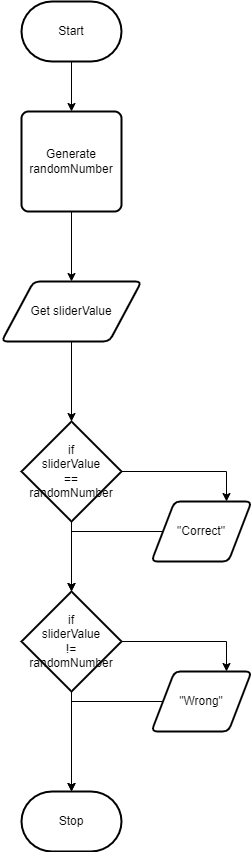
Before: flowchart.png, a diagram exported from draw.io (Mr-Coxall/ICS2O-Unit5-01-JS). Source tidied: cells renumbered, new cells last; positions are measured from the earlier drawing's top-left corner, leaving out a move shared by most shapes. The source it was exported from:
```xml
<mxGraphModel>
  <root>
    <mxCell id="0" />
    <mxCell id="1" parent="0" />
    <mxCell id="2" style="edgeStyle=none;html=1;" parent="1" edge="1" source="3" target="5">
      <mxGeometry relative="1" as="geometry" />
    </mxCell>
    <mxCell id="3" value="Start" style="strokeWidth=2;html=1;shape=mxgraph.flowchart.terminator;whiteSpace=wrap;" parent="1" vertex="1">
      <mxGeometry x="20" width="100" height="60" as="geometry" />
    </mxCell>
    <mxCell id="4" style="edgeStyle=none;html=1;" parent="1" edge="1" source="5" target="7">
      <mxGeometry relative="1" as="geometry" />
    </mxCell>
    <mxCell id="5" value="Generate randomNumber" style="rounded=1;whiteSpace=wrap;html=1;absoluteArcSize=1;arcSize=14;strokeWidth=2;" parent="1" vertex="1">
      <mxGeometry x="20" y="110" width="100" height="100" as="geometry" />
    </mxCell>
    <mxCell id="6" style="edgeStyle=none;html=1;" parent="1" edge="1" source="7" target="10">
      <mxGeometry relative="1" as="geometry" />
    </mxCell>
    <mxCell id="7" value="Get sliderValue" style="shape=parallelogram;html=1;strokeWidth=2;perimeter=parallelogramPerimeter;whiteSpace=wrap;rounded=1;arcSize=12;size=0.23;" parent="1" vertex="1">
      <mxGeometry y="280" width="140" height="60" as="geometry" />
    </mxCell>
    <mxCell id="8" style="edgeStyle=orthogonalEdgeStyle;html=1;entryX=0.75;entryY=0;entryDx=0;entryDy=0;rounded=0;" parent="1" edge="1" source="10" target="12">
      <mxGeometry relative="1" as="geometry" />
    </mxCell>
    <mxCell id="9" style="edgeStyle=orthogonalEdgeStyle;rounded=0;html=1;" parent="1" edge="1" source="10" target="15">
      <mxGeometry relative="1" as="geometry" />
    </mxCell>
    <mxCell id="10" value="if&lt;br&gt;sliderValue&lt;br&gt;==&lt;br&gt;randomNumber" style="strokeWidth=2;html=1;shape=mxgraph.flowchart.decision;whiteSpace=wrap;" parent="1" vertex="1">
      <mxGeometry x="20" y="420" width="100" height="100" as="geometry" />
    </mxCell>
    <mxCell id="11" style="edgeStyle=orthogonalEdgeStyle;rounded=0;html=1;" parent="1" edge="1" source="12" target="15">
      <mxGeometry relative="1" as="geometry" />
    </mxCell>
    <mxCell id="12" value="&quot;Correct&quot;" style="shape=parallelogram;html=1;strokeWidth=2;perimeter=parallelogramPerimeter;whiteSpace=wrap;rounded=1;arcSize=12;size=0.23;" parent="1" vertex="1">
      <mxGeometry x="150" y="500" width="100" height="60" as="geometry" />
    </mxCell>
    <mxCell id="13" style="edgeStyle=orthogonalEdgeStyle;rounded=0;html=1;entryX=0.75;entryY=0;entryDx=0;entryDy=0;" parent="1" edge="1" source="15" target="17">
      <mxGeometry relative="1" as="geometry" />
    </mxCell>
    <mxCell id="14" style="edgeStyle=orthogonalEdgeStyle;rounded=0;html=1;" parent="1" edge="1" source="15" target="18">
      <mxGeometry relative="1" as="geometry" />
    </mxCell>
    <mxCell id="15" value="if&lt;br&gt;sliderValue&lt;br&gt;!=&lt;br&gt;randomNumber" style="strokeWidth=2;html=1;shape=mxgraph.flowchart.decision;whiteSpace=wrap;" parent="1" vertex="1">
      <mxGeometry x="20" y="590" width="100" height="100" as="geometry" />
    </mxCell>
    <mxCell id="16" style="edgeStyle=orthogonalEdgeStyle;rounded=0;html=1;" parent="1" edge="1" source="17" target="18">
      <mxGeometry relative="1" as="geometry" />
    </mxCell>
    <mxCell id="17" value="&quot;Wrong&quot;" style="shape=parallelogram;html=1;strokeWidth=2;perimeter=parallelogramPerimeter;whiteSpace=wrap;rounded=1;arcSize=12;size=0.23;" parent="1" vertex="1">
      <mxGeometry x="150" y="670" width="100" height="60" as="geometry" />
    </mxCell>
    <mxCell id="18" value="Stop" style="strokeWidth=2;html=1;shape=mxgraph.flowchart.terminator;whiteSpace=wrap;" parent="1" vertex="1">
      <mxGeometry x="20" y="790" width="100" height="60" as="geometry" />
    </mxCell>
  </root>
</mxGraphModel>
```
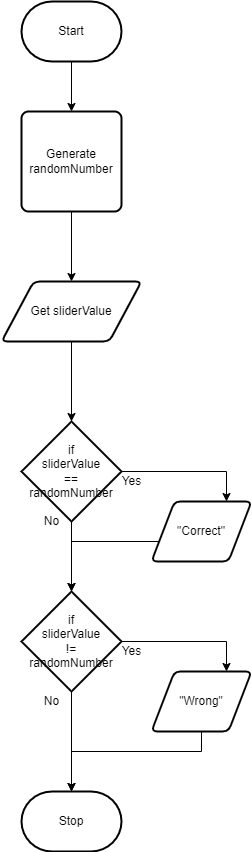
Later version of the same file.

The edit, as a diff of the source:
```diff
@@ -30,7 +30,11 @@
       <mxGeometry x="20" y="420" width="100" height="100" as="geometry" />
     </mxCell>
     <mxCell id="11" style="edgeStyle=orthogonalEdgeStyle;rounded=0;html=1;" parent="1" edge="1" source="12" target="15">
-      <mxGeometry relative="1" as="geometry" />
+      <mxGeometry relative="1" as="geometry">
+        <Array as="points">
+          <mxPoint x="70" y="540" />
+        </Array>
+      </mxGeometry>
     </mxCell>
     <mxCell id="12" value="&quot;Correct&quot;" style="shape=parallelogram;html=1;strokeWidth=2;perimeter=parallelogramPerimeter;whiteSpace=wrap;rounded=1;arcSize=12;size=0.23;" parent="1" vertex="1">
       <mxGeometry x="150" y="500" width="100" height="60" as="geometry" />
@@ -45,7 +49,12 @@
       <mxGeometry x="20" y="590" width="100" height="100" as="geometry" />
     </mxCell>
     <mxCell id="16" style="edgeStyle=orthogonalEdgeStyle;rounded=0;html=1;" parent="1" edge="1" source="17" target="18">
-      <mxGeometry relative="1" as="geometry" />
+      <mxGeometry relative="1" as="geometry">
+        <Array as="points">
+          <mxPoint x="200" y="750" />
+          <mxPoint x="70" y="750" />
+        </Array>
+      </mxGeometry>
     </mxCell>
     <mxCell id="17" value="&quot;Wrong&quot;" style="shape=parallelogram;html=1;strokeWidth=2;perimeter=parallelogramPerimeter;whiteSpace=wrap;rounded=1;arcSize=12;size=0.23;" parent="1" vertex="1">
       <mxGeometry x="150" y="670" width="100" height="60" as="geometry" />
@@ -53,5 +62,17 @@
     <mxCell id="18" value="Stop" style="strokeWidth=2;html=1;shape=mxgraph.flowchart.terminator;whiteSpace=wrap;" parent="1" vertex="1">
       <mxGeometry x="20" y="790" width="100" height="60" as="geometry" />
     </mxCell>
+    <mxCell id="19" value="Yes" style="text;html=1;align=center;verticalAlign=middle;strokeColor=none;fillColor=none;" parent="1" vertex="1">
+      <mxGeometry x="110" y="470" width="40" height="20" as="geometry" />
+    </mxCell>
+    <mxCell id="20" value="No" style="text;html=1;align=center;verticalAlign=middle;strokeColor=none;fillColor=none;" parent="1" vertex="1">
+      <mxGeometry x="35" y="510" width="30" height="20" as="geometry" />
+    </mxCell>
+    <mxCell id="21" value="Yes" style="text;html=1;align=center;verticalAlign=middle;strokeColor=none;fillColor=none;" parent="1" vertex="1">
+      <mxGeometry x="110" y="640" width="40" height="20" as="geometry" />
+    </mxCell>
+    <mxCell id="22" value="No" style="text;html=1;align=center;verticalAlign=middle;strokeColor=none;fillColor=none;" parent="1" vertex="1">
+      <mxGeometry x="35" y="690" width="30" height="20" as="geometry" />
+    </mxCell>
   </root>
 </mxGraphModel>
```
